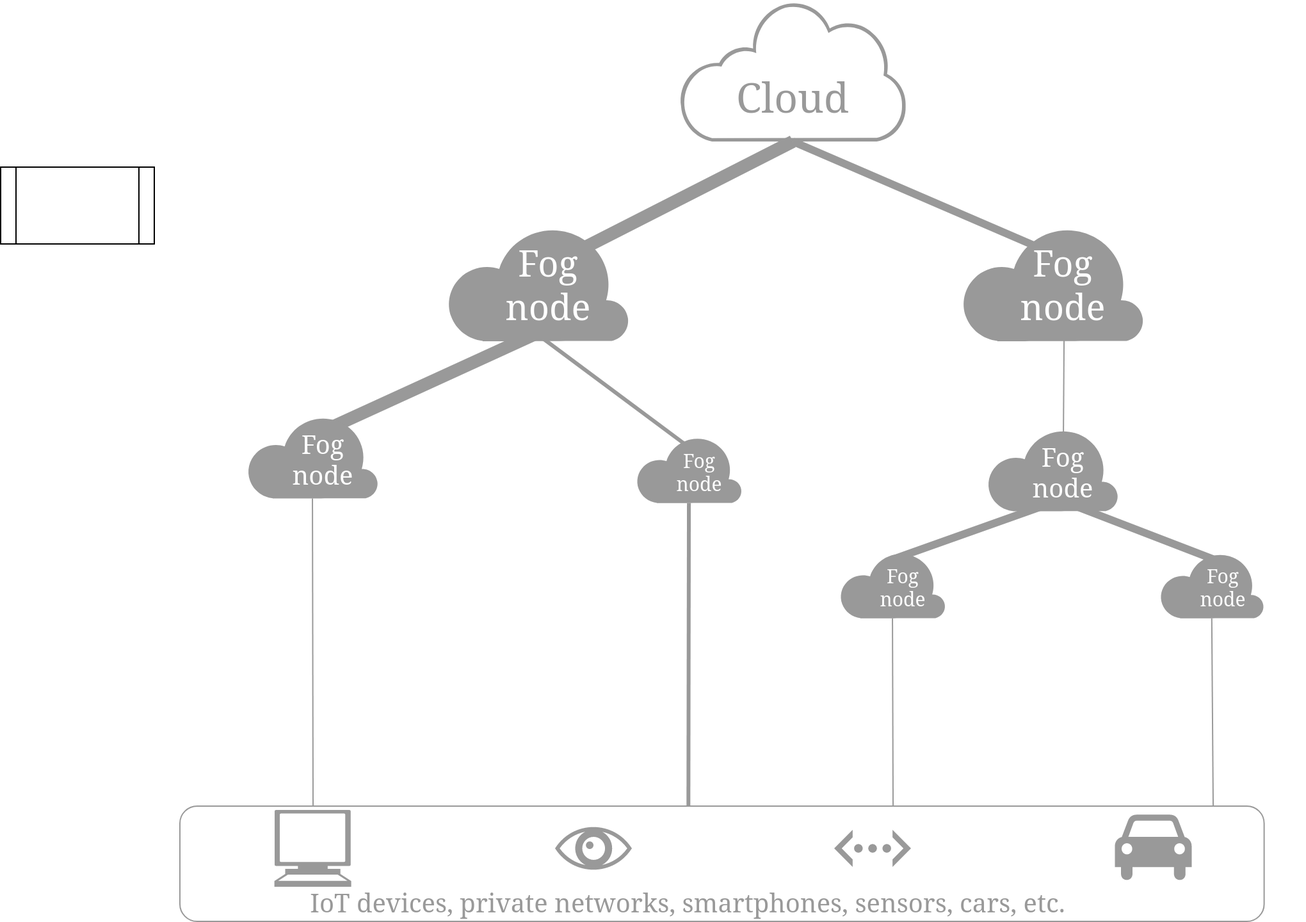
Earlier version of the draw.io export assets/OurPlacement.drawio.png (VolodiaPG/rapport_fog_faas). Source tidied: cells renumbered, new cells last; positions are measured from the earlier drawing's top-left corner, leaving out a move shared by most shapes.
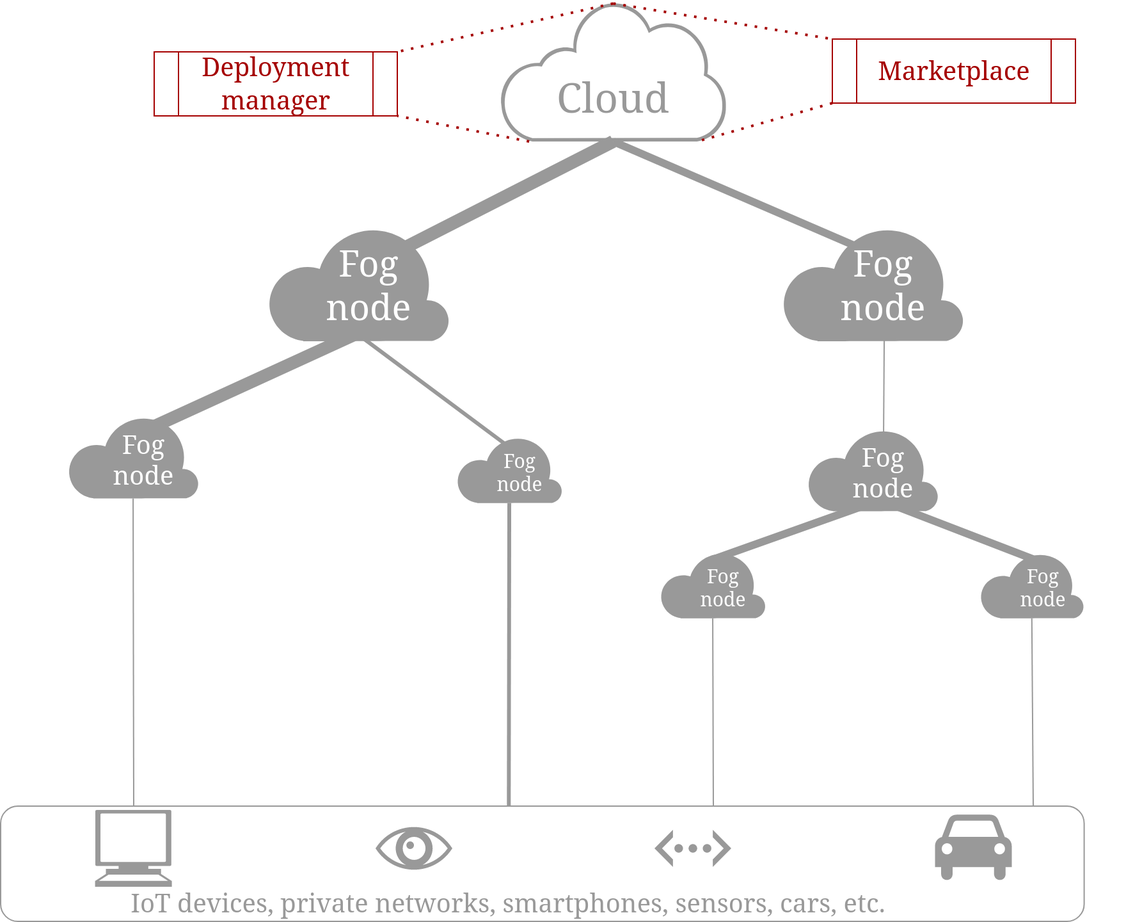
The same file after the commit.

What changed in the source:
```diff
@@ -2,7 +2,7 @@
   <root>
     <mxCell id="0" />
     <mxCell id="1" parent="0" />
-    <mxCell id="2" style="group;" parent="1" vertex="1">
+    <mxCell id="2" style="group;fillColor=none;" parent="1" vertex="1">
       <mxGeometry x="530" width="177.4" height="110" as="geometry" />
     </mxCell>
     <mxCell id="3" style="sketch=0;shadow=0;dashed=0;html=1;strokeColor=none;labelPosition=center;verticalLabelPosition=bottom;verticalAlign=top;align=center;fillColor=#999999;shape=mxgraph.mscae.enterprise.internet_hollow;" parent="2" vertex="1">
@@ -176,8 +176,23 @@
     <mxCell id="48" value="Fog node" style="text;html=1;align=center;verticalAlign=middle;whiteSpace=wrap;rounded=0;fontColor=#FFFFFF;fontFamily=Computer mordern Serif;fontSource=https%3A%2F%2Fgithub.com%2Fspratt%2FComputer-Modern%2Fblob%2Fgh-pages%2Fcmunss.otf;fontSize=15;fontStyle=0;" parent="46" vertex="1">
       <mxGeometry x="50.2" y="32.5" width="60" height="30" as="geometry" />
     </mxCell>
-    <mxCell id="49" style="shape=process;whiteSpace=wrap;html=1;backgroundOutline=1;fontSize=15;" parent="1" vertex="1">
-      <mxGeometry y="130" width="120" height="60" as="geometry" />
+    <mxCell id="49" value="&lt;font style=&quot;font-size: 20px;&quot; face=&quot;Computer mordern Serif&quot; color=&quot;#A50000&quot;&gt;Marketplace&lt;/font&gt;" style="shape=process;whiteSpace=wrap;html=1;backgroundOutline=1;fontSize=15;fillColor=none;strokeColor=#A50000;" parent="1" vertex="1">
+      <mxGeometry x="790" y="30" width="190" height="50" as="geometry" />
     </mxCell>
+    <mxCell id="50" value="&lt;font style=&quot;font-size: 20px;&quot; face=&quot;Computer mordern Serif&quot; color=&quot;#A50000&quot;&gt;Deployment manager&lt;br&gt;&lt;/font&gt;" style="shape=process;whiteSpace=wrap;html=1;backgroundOutline=1;fontSize=15;fillColor=none;strokeColor=#A50000;" parent="1" vertex="1">
+      <mxGeometry x="260" y="40" width="190" height="50" as="geometry" />
+    </mxCell>
+    <mxCell id="51" style="endArrow=none;dashed=1;html=1;dashPattern=1 3;strokeWidth=2;rounded=0;fontFamily=Computer mordern Serif;fontSource=https%3A%2F%2Fgithub.com%2Fspratt%2FComputer-Modern%2Fblob%2Fgh-pages%2Fcmunss.otf;fontSize=20;fontColor=#A50000;entryX=1;entryY=1;entryDx=0;entryDy=0;exitX=0.13;exitY=1;exitDx=0;exitDy=0;exitPerimeter=0;strokeColor=#A50000;" parent="1" edge="1" source="3" target="50">
+      <mxGeometry relative="1" as="geometry" />
+    </mxCell>
+    <mxCell id="52" style="endArrow=none;dashed=1;html=1;dashPattern=1 3;strokeWidth=2;rounded=0;fontFamily=Computer mordern Serif;fontSource=https%3A%2F%2Fgithub.com%2Fspratt%2FComputer-Modern%2Fblob%2Fgh-pages%2Fcmunss.otf;fontSize=20;fontColor=#A50000;entryX=1;entryY=0;entryDx=0;entryDy=0;exitX=0.5;exitY=0.02;exitDx=0;exitDy=0;exitPerimeter=0;strokeColor=#A50000;" parent="1" edge="1" source="3" target="50">
+      <mxGeometry relative="1" as="geometry" />
+    </mxCell>
+    <mxCell id="53" style="endArrow=none;dashed=1;html=1;dashPattern=1 3;strokeWidth=2;rounded=0;fontFamily=Computer mordern Serif;fontSource=https%3A%2F%2Fgithub.com%2Fspratt%2FComputer-Modern%2Fblob%2Fgh-pages%2Fcmunss.otf;fontSize=20;fontColor=#A50000;entryX=0;entryY=0;entryDx=0;entryDy=0;exitX=0.5;exitY=0.02;exitDx=0;exitDy=0;exitPerimeter=0;strokeColor=#A50000;" parent="1" edge="1" source="3" target="49">
+      <mxGeometry relative="1" as="geometry" />
+    </mxCell>
+    <mxCell id="54" style="endArrow=none;dashed=1;html=1;dashPattern=1 3;strokeWidth=2;rounded=0;fontFamily=Computer mordern Serif;fontSource=https%3A%2F%2Fgithub.com%2Fspratt%2FComputer-Modern%2Fblob%2Fgh-pages%2Fcmunss.otf;fontSize=20;fontColor=#A50000;entryX=0.87;entryY=1;entryDx=0;entryDy=0;exitX=0;exitY=1;exitDx=0;exitDy=0;strokeColor=#A50000;entryPerimeter=0;" parent="1" edge="1" source="49" target="3">
+      <mxGeometry relative="1" as="geometry" />
+    </mxCell>
   </root>
 </mxGraphModel>
```
